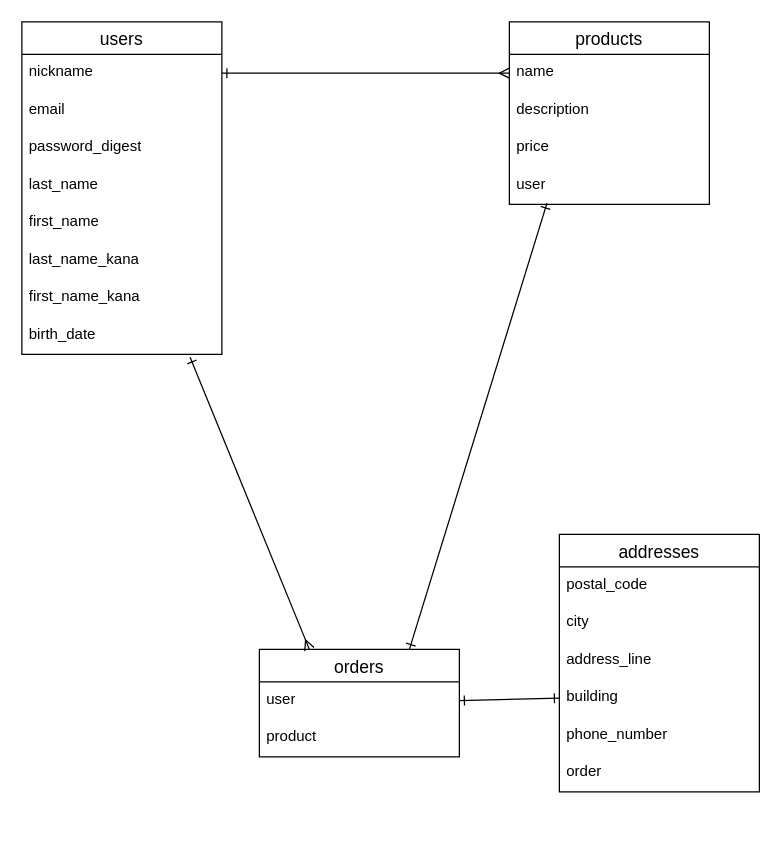
This is test.dio from Yuya46086/furima-46086, a draw.io file, before an edit. Source tidied: cells renumbered, new cells numbered last; positions are measured from the earlier drawing's top-left corner, leaving out a move shared by most shapes. Both pictures are drawn from the tidied source at 125%, with x=0, y=0 at pixel (21, 21).
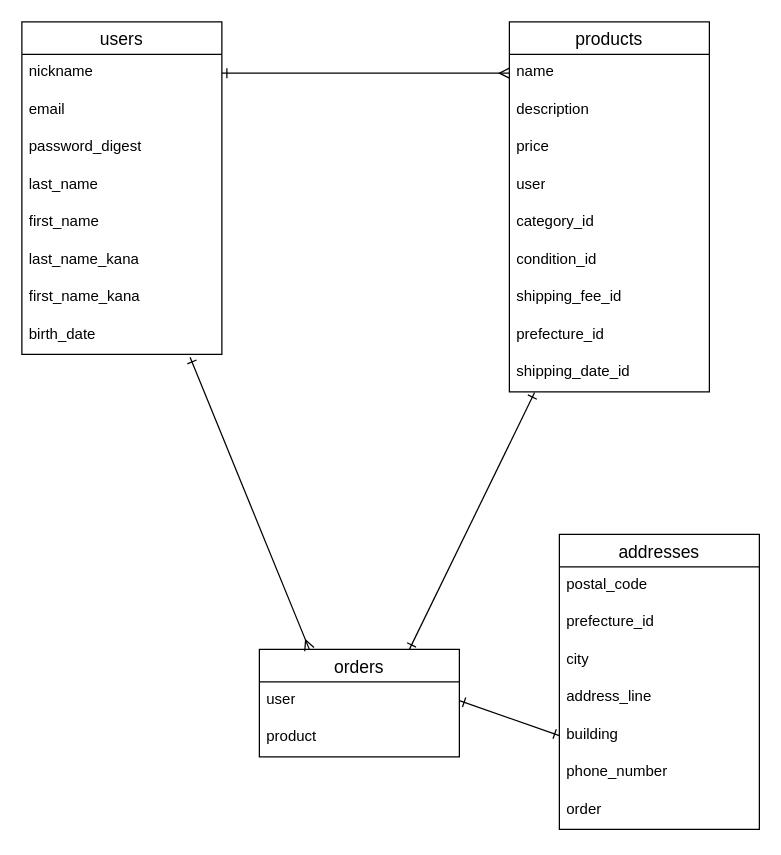
Above is the later version.

Commit message (it also covers changes not shown here):
テーブル設計の修正（4回目）

The change refers to these unchanged cells:
```xml
<mxCell id="15" value="user" style="text;strokeColor=none;fillColor=none;spacingLeft=4;spacingRight=4;overflow=hidden;points=[[0,0.5],[1,0.5]];portConstraint=eastwest;fontSize=12;whiteSpace=wrap;html=1;" parent="11" vertex="1">
  <mxGeometry y="116" width="160" height="30" as="geometry" />
</mxCell>
<mxCell id="16" value="orders" style="swimlane;fontStyle=0;horizontal=1;startSize=26;align=center;fontSize=14;" parent="1" vertex="1">
  <mxGeometry x="190" y="502" width="160" height="86" as="geometry" />
</mxCell>
```

What changed in the source:
```diff
@@
     <mxCell id="11" value="products" style="swimlane;fontStyle=0;horizontal=1;startSize=26;align=center;fontSize=14;" parent="1" vertex="1">
-      <mxGeometry x="390" width="160" height="146" as="geometry" />
+      <mxGeometry x="390" width="160" height="296" as="geometry" />
     </mxCell>
@@
+    <mxCell id="30" value="category_id" style="text;strokeColor=none;fillColor=none;spacingLeft=4;spacingRight=4;overflow=hidden;fontSize=12;whiteSpace=wrap;html=1;" parent="11" vertex="1">
+      <mxGeometry y="146" width="160" height="30" as="geometry" />
+    </mxCell>
+    <mxCell id="31" value="condition_id" style="text;strokeColor=none;fillColor=none;spacingLeft=4;spacingRight=4;overflow=hidden;fontSize=12;whiteSpace=wrap;html=1;" parent="11" vertex="1">
+      <mxGeometry y="176" width="160" height="30" as="geometry" />
+    </mxCell>
+    <mxCell id="32" value="shipping_fee_id" style="text;strokeColor=none;fillColor=none;spacingLeft=4;spacingRight=4;overflow=hidden;fontSize=12;whiteSpace=wrap;html=1;" parent="11" vertex="1">
+      <mxGeometry y="206" width="160" height="30" as="geometry" />
+    </mxCell>
+    <mxCell id="33" value="prefecture_id" style="text;strokeColor=none;fillColor=none;spacingLeft=4;spacingRight=4;overflow=hidden;fontSize=12;whiteSpace=wrap;html=1;" parent="11" vertex="1">
+      <mxGeometry y="236" width="160" height="30" as="geometry" />
+    </mxCell>
+    <mxCell id="34" value="shipping_date_id" style="text;strokeColor=none;fillColor=none;spacingLeft=4;spacingRight=4;overflow=hidden;points=[[0,0.5],[1,0.5]];portConstraint=eastwest;fontSize=12;whiteSpace=wrap;html=1;" parent="11" vertex="1">
+      <mxGeometry y="266" width="160" height="30" as="geometry" />
+    </mxCell>
@@
     <mxCell id="19" value="addresses" style="swimlane;fontStyle=0;horizontal=1;startSize=26;align=center;fontSize=14;" parent="1" vertex="1">
-      <mxGeometry x="430" y="410" width="160" height="206" as="geometry" />
+      <mxGeometry x="430" y="410" width="160" height="236" as="geometry" />
     </mxCell>
@@
+    <mxCell id="35" value="prefecture_id" style="text;strokeColor=none;fillColor=none;spacingLeft=4;spacingRight=4;overflow=hidden;fontSize=12;whiteSpace=wrap;html=1;" parent="19" vertex="1">
+      <mxGeometry y="56" width="160" height="30" as="geometry" />
+    </mxCell>
     <mxCell id="21" value="city" style="text;strokeColor=none;fillColor=none;spacingLeft=4;spacingRight=4;overflow=hidden;fontSize=12;whiteSpace=wrap;html=1;" parent="19" vertex="1">
-      <mxGeometry y="56" width="160" height="30" as="geometry" />
+      <mxGeometry y="86" width="160" height="30" as="geometry" />
     </mxCell>
     <mxCell id="22" value="address_line" style="text;strokeColor=none;fillColor=none;spacingLeft=4;spacingRight=4;overflow=hidden;fontSize=12;whiteSpace=wrap;html=1;" parent="19" vertex="1">
-      <mxGeometry y="86" width="160" height="30" as="geometry" />
+      <mxGeometry y="116" width="160" height="30" as="geometry" />
     </mxCell>
     <mxCell id="23" value="building" style="text;strokeColor=none;fillColor=none;spacingLeft=4;spacingRight=4;overflow=hidden;points=[[0,0.5],[1,0.5]];portConstraint=eastwest;fontSize=12;whiteSpace=wrap;html=1;" parent="19" vertex="1">
-      <mxGeometry y="116" width="160" height="30" as="geometry" />
+      <mxGeometry y="146" width="160" height="30" as="geometry" />
     </mxCell>
     <mxCell id="24" value="phone_number" style="text;strokeColor=none;fillColor=none;spacingLeft=4;spacingRight=4;overflow=hidden;fontSize=12;whiteSpace=wrap;html=1;" parent="19" vertex="1">
-      <mxGeometry y="146" width="160" height="30" as="geometry" />
+      <mxGeometry y="176" width="160" height="30" as="geometry" />
     </mxCell>
     <mxCell id="25" value="order" style="text;strokeColor=none;fillColor=none;spacingLeft=4;spacingRight=4;overflow=hidden;fontSize=12;whiteSpace=wrap;html=1;" parent="19" vertex="1">
-      <mxGeometry y="176" width="160" height="30" as="geometry" />
+      <mxGeometry y="206" width="160" height="30" as="geometry" />
     </mxCell>
@@
-    <mxCell id="28" style="edgeStyle=none;html=1;exitX=0.188;exitY=0.967;exitDx=0;exitDy=0;entryX=0.75;entryY=0;entryDx=0;entryDy=0;startArrow=ERone;startFill=0;endArrow=ERone;endFill=0;exitPerimeter=0;" parent="1" edge="1" source="15" target="16">
+    <mxCell id="28" style="edgeStyle=none;html=1;entryX=0.75;entryY=0;entryDx=0;entryDy=0;startArrow=ERone;startFill=0;endArrow=ERone;endFill=0;exitX=0.126;exitY=1.019;exitDx=0;exitDy=0;exitPerimeter=0;" parent="1" edge="1" source="34" target="16">
       <mxGeometry relative="1" as="geometry" />
     </mxCell>
```
